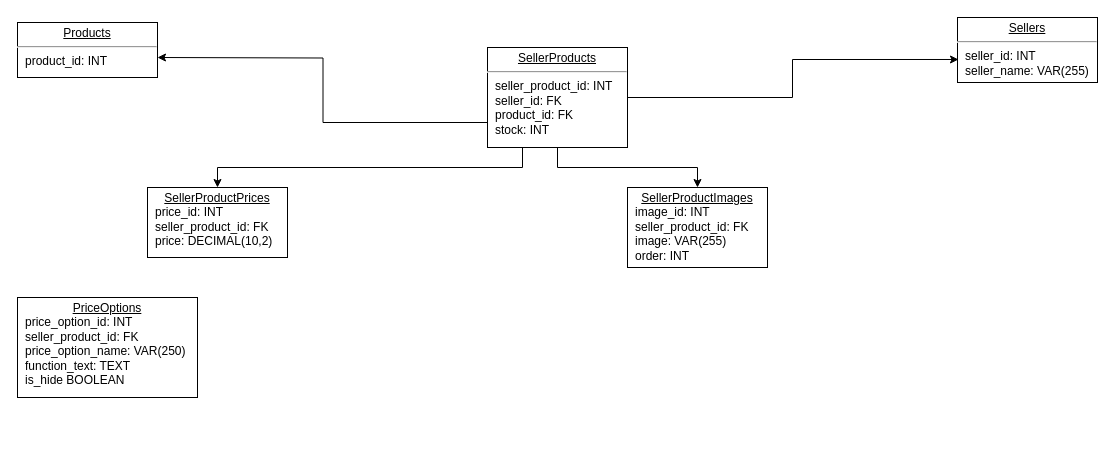
The draw.io diagram Диаграмма без названия.drawio in vinter-man/db_draw_io, before the edit. Source tidied: cells renumbered, new cells numbered last; positions are measured from the earlier drawing's top-left corner, leaving out a move shared by most shapes. Both pictures are drawn from the tidied source at 100%, with x=0, y=0 at pixel (17, 17).
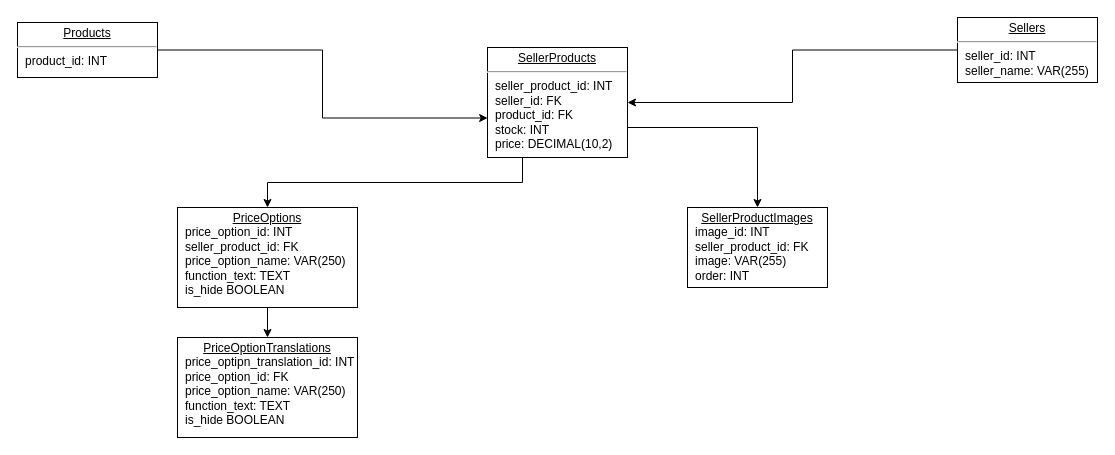
The same diagram, later.

Commit message:
fix prices structure

Diff of the diagram source:
```diff
@@
 <mxGraphModel>
   <root>
     <mxCell id="0" />
     <mxCell id="1" parent="0" />
     <mxCell id="2" value="&lt;p style=&quot;margin: 0px ; margin-top: 4px ; text-align: center ; text-decoration: underline&quot;&gt;Products&lt;/p&gt;&lt;hr&gt;&lt;p style=&quot;margin: 0px ; margin-left: 8px&quot;&gt;product_id: INT&lt;/p&gt;&lt;p style=&quot;margin: 0px ; margin-left: 8px&quot;&gt;&lt;br&gt;&lt;/p&gt;" style="verticalAlign=top;align=left;overflow=fill;fontSize=12;fontFamily=Helvetica;html=1;rounded=0;shadow=0;comic=0;labelBackgroundColor=none;strokeWidth=1;" parent="1" vertex="1">
       <mxGeometry y="5" width="140" height="55" as="geometry" />
     </mxCell>
+    <mxCell id="12" style="edgeStyle=orthogonalEdgeStyle;rounded=0;jettySize=auto;html=1;exitX=0;exitY=0.5;exitDx=0;exitDy=0;entryX=1;entryY=0.5;entryDx=0;entryDy=0;" parent="1" edge="1" source="3" target="8">
+      <mxGeometry relative="1" as="geometry" />
+    </mxCell>
     <mxCell id="3" value="&lt;p style=&quot;margin: 0px ; margin-top: 4px ; text-align: center ; text-decoration: underline&quot;&gt;Sellers&lt;/p&gt;&lt;hr&gt;&lt;p style=&quot;margin: 0px ; margin-left: 8px&quot;&gt;seller_id: INT&lt;/p&gt;&lt;p style=&quot;margin: 0px ; margin-left: 8px&quot;&gt;seller_name: VAR(255)&lt;/p&gt;&lt;p style=&quot;margin: 0px ; margin-left: 8px&quot;&gt;&lt;br&gt;&lt;/p&gt;" style="verticalAlign=top;align=left;overflow=fill;fontSize=12;fontFamily=Helvetica;html=1;rounded=0;shadow=0;comic=0;labelBackgroundColor=none;strokeWidth=1;" parent="1" vertex="1">
       <mxGeometry x="940" width="140" height="65" as="geometry" />
     </mxCell>
-    <mxCell id="4" style="edgeStyle=orthogonalEdgeStyle;rounded=0;jettySize=auto;html=1;entryX=0.007;entryY=0.646;entryDx=0;entryDy=0;entryPerimeter=0;" parent="1" edge="1" source="8" target="3">
-      <mxGeometry relative="1" as="geometry" />
-    </mxCell>
-    <mxCell id="5" style="edgeStyle=orthogonalEdgeStyle;rounded=0;jettySize=auto;html=1;exitX=0;exitY=0.75;exitDx=0;exitDy=0;" parent="1" edge="1" source="8">
-      <mxGeometry relative="1" as="geometry">
-        <mxPoint x="140" y="40" as="targetPoint" />
-      </mxGeometry>
-    </mxCell>
     <mxCell id="6" style="edgeStyle=orthogonalEdgeStyle;rounded=0;jettySize=auto;html=1;" parent="1" edge="1" source="8" target="9">
-      <mxGeometry relative="1" as="geometry" />
+      <mxGeometry relative="1" as="geometry">
+        <Array as="points">
+          <mxPoint x="740" y="110" />
+        </Array>
+      </mxGeometry>
     </mxCell>
-    <mxCell id="7" style="edgeStyle=orthogonalEdgeStyle;rounded=0;jettySize=auto;html=1;exitX=0.25;exitY=1;exitDx=0;exitDy=0;" parent="1" edge="1" source="8" target="10">
-      <mxGeometry relative="1" as="geometry" />
-    </mxCell>
+    <mxCell id="13" style="edgeStyle=orthogonalEdgeStyle;rounded=0;jettySize=auto;html=1;exitX=0.25;exitY=1;exitDx=0;exitDy=0;" parent="1" edge="1" source="8" target="11">
+      <mxGeometry relative="1" as="geometry" />
+    </mxCell>
-    <mxCell id="8" value="&lt;p style=&quot;margin: 0px ; margin-top: 4px ; text-align: center ; text-decoration: underline&quot;&gt;SellerProducts&lt;/p&gt;&lt;hr&gt;&lt;p style=&quot;margin: 0px ; margin-left: 8px&quot;&gt;seller_product_id: INT&lt;/p&gt;&lt;p style=&quot;margin: 0px ; margin-left: 8px&quot;&gt;seller_id: FK&lt;/p&gt;&lt;p style=&quot;margin: 0px ; margin-left: 8px&quot;&gt;product_id: FK&lt;/p&gt;&lt;p style=&quot;margin: 0px ; margin-left: 8px&quot;&gt;stock: INT&lt;br&gt;&lt;/p&gt;&lt;p style=&quot;margin: 0px ; margin-left: 8px&quot;&gt;&lt;br&gt;&lt;/p&gt;" style="verticalAlign=top;align=left;overflow=fill;fontSize=12;fontFamily=Helvetica;html=1;rounded=0;shadow=0;comic=0;labelBackgroundColor=none;strokeWidth=1;" parent="1" vertex="1">
-      <mxGeometry x="470" y="30" width="140" height="100" as="geometry" />
+    <mxCell id="8" value="&lt;p style=&quot;margin: 0px ; margin-top: 4px ; text-align: center ; text-decoration: underline&quot;&gt;SellerProducts&lt;/p&gt;&lt;hr&gt;&lt;p style=&quot;margin: 0px ; margin-left: 8px&quot;&gt;seller_product_id: INT&lt;/p&gt;&lt;p style=&quot;margin: 0px ; margin-left: 8px&quot;&gt;seller_id: FK&lt;/p&gt;&lt;p style=&quot;margin: 0px ; margin-left: 8px&quot;&gt;product_id: FK&lt;/p&gt;&lt;p style=&quot;margin: 0px ; margin-left: 8px&quot;&gt;stock: INT&lt;br&gt;&lt;/p&gt;&lt;p style=&quot;margin: 0px ; margin-left: 8px&quot;&gt;price: DECIMAL(10,2)&lt;br&gt;&lt;/p&gt;&lt;p style=&quot;margin: 0px ; margin-left: 8px&quot;&gt;&lt;br&gt;&lt;/p&gt;" style="verticalAlign=top;align=left;overflow=fill;fontSize=12;fontFamily=Helvetica;html=1;rounded=0;shadow=0;comic=0;labelBackgroundColor=none;strokeWidth=1;" parent="1" vertex="1">
+      <mxGeometry x="470" y="30" width="140" height="110" as="geometry" />
     </mxCell>
     <mxCell id="9" value="&lt;p style=&quot;margin: 0px ; margin-top: 4px ; text-align: center ; text-decoration: underline&quot;&gt;SellerProductImages&lt;/p&gt;&lt;p style=&quot;margin: 0px ; margin-left: 8px&quot;&gt;image_id: INT&lt;/p&gt;&lt;p style=&quot;margin: 0px ; margin-left: 8px&quot;&gt;seller_product_id: FK&lt;/p&gt;&lt;p style=&quot;margin: 0px ; margin-left: 8px&quot;&gt;image: VAR(255)&lt;/p&gt;&lt;p style=&quot;margin: 0px ; margin-left: 8px&quot;&gt;order: INT&lt;br&gt;&lt;/p&gt;&lt;p style=&quot;margin: 0px ; margin-left: 8px&quot;&gt;&lt;br&gt;&lt;/p&gt;" style="verticalAlign=top;align=left;overflow=fill;fontSize=12;fontFamily=Helvetica;html=1;rounded=0;shadow=0;comic=0;labelBackgroundColor=none;strokeWidth=1;" parent="1" vertex="1">
-      <mxGeometry x="610" y="170" width="140" height="80" as="geometry" />
+      <mxGeometry x="670" y="190" width="140" height="80" as="geometry" />
     </mxCell>
-    <mxCell id="10" value="&lt;p style=&quot;margin: 0px ; margin-top: 4px ; text-align: center ; text-decoration: underline&quot;&gt;SellerProductPrices&lt;/p&gt;&lt;p style=&quot;margin: 0px ; margin-left: 8px&quot;&gt;price_id: INT&lt;/p&gt;&lt;p style=&quot;margin: 0px ; margin-left: 8px&quot;&gt;seller_product_id: FK&lt;/p&gt;&lt;p style=&quot;margin: 0px ; margin-left: 8px&quot;&gt;price: DECIMAL(10,2)&lt;/p&gt;&lt;p style=&quot;margin: 0px ; margin-left: 8px&quot;&gt;&lt;br&gt;&lt;/p&gt;&lt;p style=&quot;margin: 0px ; margin-left: 8px&quot;&gt;&lt;br&gt;&lt;/p&gt;" style="verticalAlign=top;align=left;overflow=fill;fontSize=12;fontFamily=Helvetica;html=1;rounded=0;shadow=0;comic=0;labelBackgroundColor=none;strokeWidth=1;" parent="1" vertex="1">
-      <mxGeometry x="130" y="170" width="140" height="70" as="geometry" />
-    </mxCell>
+    <mxCell id="14" style="edgeStyle=orthogonalEdgeStyle;rounded=0;jettySize=auto;html=1;" parent="1" edge="1" source="11" target="15">
+      <mxGeometry relative="1" as="geometry" />
+    </mxCell>
     <mxCell id="11" value="&lt;p style=&quot;margin: 0px ; margin-top: 4px ; text-align: center ; text-decoration: underline&quot;&gt;PriceOptions&lt;/p&gt;&lt;p style=&quot;margin: 0px ; margin-left: 8px&quot;&gt;price_option_id: INT&lt;/p&gt;&lt;p style=&quot;margin: 0px ; margin-left: 8px&quot;&gt;seller_product_id: FK&lt;/p&gt;&lt;p style=&quot;margin: 0px ; margin-left: 8px&quot;&gt;price_option_name: VAR(250)&lt;/p&gt;&lt;p style=&quot;margin: 0px ; margin-left: 8px&quot;&gt;function_text: TEXT&lt;br&gt;&lt;/p&gt;&lt;p style=&quot;margin: 0px ; margin-left: 8px&quot;&gt;is_hide BOOLEAN&lt;br&gt;&lt;/p&gt;&lt;p style=&quot;margin: 0px ; margin-left: 8px&quot;&gt;&lt;span style=&quot;font-family: &amp;quot;Helvetica Neue&amp;quot;; font-size: 13px;&quot;&gt;&amp;nbsp;&lt;/span&gt;&lt;/p&gt;&lt;p style=&quot;margin: 0px ; margin-left: 8px&quot;&gt;&lt;br&gt;&lt;/p&gt;&lt;p style=&quot;margin: 0px ; margin-left: 8px&quot;&gt;&lt;br&gt;&lt;/p&gt;" style="verticalAlign=top;align=left;overflow=fill;fontSize=12;fontFamily=Helvetica;html=1;rounded=0;shadow=0;comic=0;labelBackgroundColor=none;strokeWidth=1;" parent="1" vertex="1">
-      <mxGeometry y="280" width="180" height="100" as="geometry" />
+      <mxGeometry x="160" y="190" width="180" height="100" as="geometry" />
     </mxCell>
+    <mxCell id="15" value="&lt;p style=&quot;margin: 0px ; margin-top: 4px ; text-align: center ; text-decoration: underline&quot;&gt;PriceOptionTranslations&lt;/p&gt;&lt;p style=&quot;margin: 0px ; margin-left: 8px&quot;&gt;price_optipn_translation_id: INT&lt;/p&gt;&lt;p style=&quot;margin: 0px ; margin-left: 8px&quot;&gt;price_option_id: FK&lt;/p&gt;&lt;p style=&quot;margin: 0px ; margin-left: 8px&quot;&gt;price_option_name: VAR(250)&lt;/p&gt;&lt;p style=&quot;margin: 0px ; margin-left: 8px&quot;&gt;function_text: TEXT&lt;br&gt;&lt;/p&gt;&lt;p style=&quot;margin: 0px ; margin-left: 8px&quot;&gt;is_hide BOOLEAN&lt;br&gt;&lt;/p&gt;&lt;p style=&quot;margin: 0px ; margin-left: 8px&quot;&gt;&lt;span style=&quot;font-family: &amp;quot;Helvetica Neue&amp;quot;; font-size: 13px;&quot;&gt;&amp;nbsp;&lt;/span&gt;&lt;/p&gt;&lt;p style=&quot;margin: 0px ; margin-left: 8px&quot;&gt;&lt;br&gt;&lt;/p&gt;&lt;p style=&quot;margin: 0px ; margin-left: 8px&quot;&gt;&lt;br&gt;&lt;/p&gt;" style="verticalAlign=top;align=left;overflow=fill;fontSize=12;fontFamily=Helvetica;html=1;rounded=0;shadow=0;comic=0;labelBackgroundColor=none;strokeWidth=1;" parent="1" vertex="1">
+      <mxGeometry x="160" y="320" width="180" height="100" as="geometry" />
+    </mxCell>
+    <mxCell id="16" style="edgeStyle=orthogonalEdgeStyle;rounded=0;jettySize=auto;html=1;exitX=1;exitY=0.5;exitDx=0;exitDy=0;entryX=0.001;entryY=0.641;entryDx=0;entryDy=0;entryPerimeter=0;" parent="1" edge="1" source="2" target="8">
+      <mxGeometry relative="1" as="geometry" />
+    </mxCell>
   </root>
 </mxGraphModel>
```
